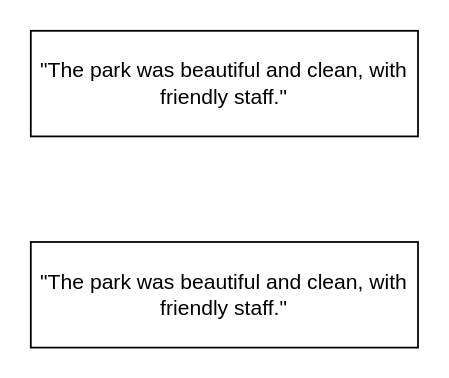
The draw.io diagram แบบแผนที่ยังไม่ได้ตั้งชื่อ.drawio in S09Z/IS_Project_Thailand_Tourism_Recommendation, before the edit. Source tidied: cells renumbered, new cells numbered last; positions are measured from the earlier drawing's top-left corner, leaving out a move shared by most shapes. Both pictures are drawn from the tidied source at 176%, with x=0, y=0 at pixel (30, 30).
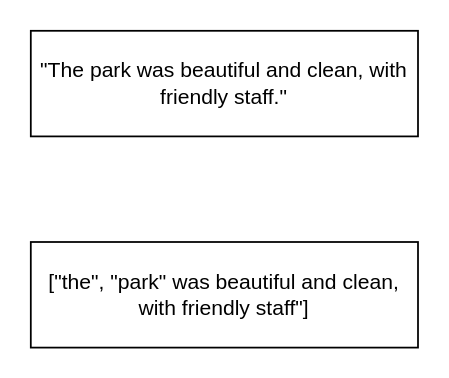
The same diagram, later.

Commit message:
word_tokenizer

The edit, as a diff of the source:
```diff
@@
 <mxGraphModel>
   <root>
     <mxCell id="0" />
     <mxCell id="1" parent="0" />
     <mxCell id="2" value="&quot;The park was beautiful and clean, with friendly staff.&quot;" style="rounded=0;whiteSpace=wrap;html=1;" parent="1" vertex="1">
       <mxGeometry width="220" height="60" as="geometry" />
     </mxCell>
-    <mxCell id="3" value="&quot;The park was beautiful and clean, with friendly staff.&quot;" style="rounded=0;whiteSpace=wrap;html=1;" parent="1" vertex="1">
+    <mxCell id="3" value="[&quot;the&quot;, &quot;park&quot; was beautiful and clean, with friendly staff&quot;]" style="rounded=0;whiteSpace=wrap;html=1;" parent="1" vertex="1">
       <mxGeometry y="120" width="220" height="60" as="geometry" />
     </mxCell>
   </root>
 </mxGraphModel>
```
